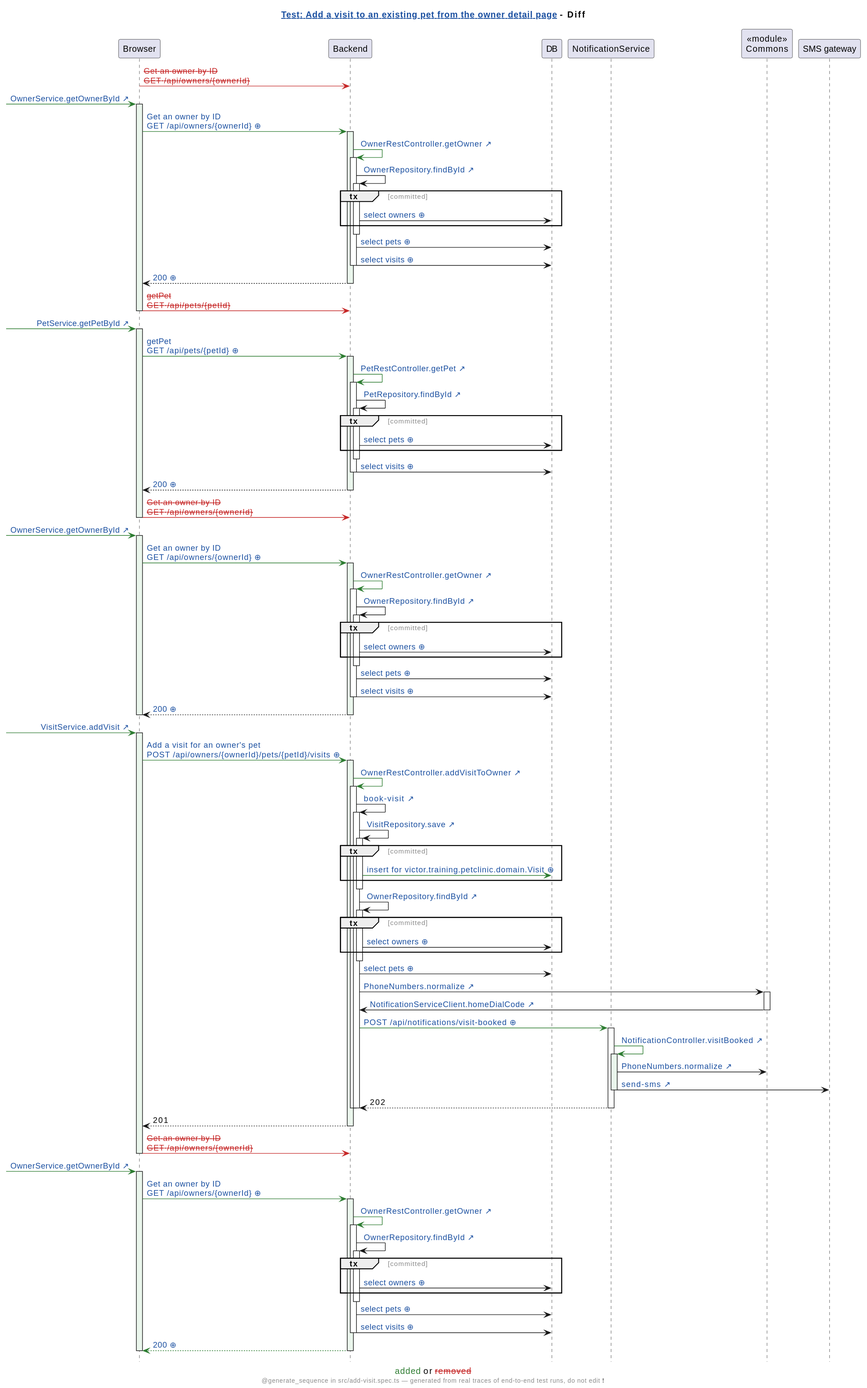
Before: demo/demo2/assets/diagrams/petclinic-test_generated_add-visit.spec.ts.add-a-visit-to-an-existing-pet-from-the-owner-detail-page.genseq.diff.svg, a diagram exported from PlantUML (victorrentea/human-review). Its diagram source:
```plantuml
@startuml
caption <color:#2E7D32>added</color> or <color:#C62828><s>removed</s></color>
hide footbox
skinparam hyperlinkUnderline false
skinparam hyperlinkColor #1A4FA0
skinparam sequenceGroupFontColor #888888
skinparam sequenceGroupFontStyle plain
title [[src://petclinic-test/src/add-visit.spec.ts:34{Click to open the test} Test: Add a visit to an existing pet from the owner detail page]] - Diff
footer @generate_sequence in src/add-visit.spec.ts — generated from real traces of end-to-end test runs, do not edit ❗
participant Browser
participant Backend
participant DB
participant NotificationService
participant "«module»\nCommons" as Commons
participant "SMS gateway"
Browser -[#C62828]> Backend: <color:#C62828><s>Get an owner by ID</s></color>\n<color:#C62828><s>GET /api/owners/{ownerId}</s></color>
[-[#2E7D32]> Browser: [[src://petclinic-frontend/src/app/owners/owner-detail/owner-detail.component.ts:22{Click to open the line that sent this request: owner-detail.component.ts:22} OwnerService.getOwnerById ↗]]
activate Browser #EAF6EC
Browser -[#2E7D32]> Backend: [[genseq://06lchgi{Click for the request as it was sent} Get an owner by ID\nGET /api/owners/{ownerId} ⊕]]
activate Backend #EAF6EC
Backend -[#2E7D32]> Backend: [[src://petclinic-backend/src/main/java/victor/training/petclinic/rest/OwnerRestController.java:103{Click to open OwnerRestController.getOwner} OwnerRestController.getOwner ↗]]
activate Backend
Backend -> Backend: [[src://petclinic-backend/src/main/java/victor/training/petclinic/repository/OwnerRepository.java:14{Click to open OwnerRepository.findById} OwnerRepository.findById ↗]]
activate Backend
group tx [committed]
Backend -> DB: [[genseq://0x8aana{Click for the statement behind this call} select owners ⊕]]
end
deactivate Backend
Backend -> DB: [[genseq://18567ho{Click for the statement behind this call} select pets ⊕]]
Backend -> DB: [[genseq://13apewa{Click for the statement behind this call} select visits ⊕]]
deactivate Backend
Backend --> Browser: [[genseq://0zavcxa{Click for this call’s JSON body} 200 ⊕]]
deactivate Backend
Browser -[#C62828]> Backend: <color:#C62828><s>getPet</s></color>\n<color:#C62828><s>GET /api/pets/{petId}</s></color>
deactivate Browser
[-[#2E7D32]> Browser: [[src://petclinic-frontend/src/app/visits/visit-add/visit-add.component.ts:42{Click to open the line that sent this request: visit-add.component.ts:42} PetService.getPetById ↗]]
activate Browser #EAF6EC
Browser -[#2E7D32]> Backend: [[genseq://17x7zoe{Click for the request as it was sent} getPet\nGET /api/pets/{petId} ⊕]]
activate Backend #EAF6EC
Backend -[#2E7D32]> Backend: [[src://petclinic-backend/src/main/java/victor/training/petclinic/rest/PetRestController.java:33{Click to open PetRestController.getPet} PetRestController.getPet ↗]]
activate Backend
Backend -> Backend: [[src://petclinic-backend/src/main/java/victor/training/petclinic/repository/PetRepository.java:16{Click to open PetRepository.findById} PetRepository.findById ↗]]
activate Backend
group tx [committed]
Backend -> DB: [[genseq://0y7w2ps{Click for the statement behind this call} select pets ⊕]]
end
deactivate Backend
Backend -> DB: [[genseq://13apewa{Click for the statement behind this call} select visits ⊕]]
deactivate Backend
Backend --> Browser: [[genseq://01mmlgx{Click for this call’s JSON body} 200 ⊕]]
deactivate Backend
Browser -[#C62828]> Backend: <color:#C62828><s>Get an owner by ID</s></color>\n<color:#C62828><s>GET /api/owners/{ownerId}</s></color>
deactivate Browser
[-[#2E7D32]> Browser: [[src://petclinic-frontend/src/app/visits/visit-add/visit-add.component.ts:47{Click to open the line that sent this request: visit-add.component.ts:47} OwnerService.getOwnerById ↗]]
activate Browser #EAF6EC
Browser -[#2E7D32]> Backend: [[genseq://06lchgi{Click for the request as it was sent} Get an owner by ID\nGET /api/owners/{ownerId} ⊕]]
activate Backend #EAF6EC
Backend -[#2E7D32]> Backend: [[src://petclinic-backend/src/main/java/victor/training/petclinic/rest/OwnerRestController.java:103{Click to open OwnerRestController.getOwner} OwnerRestController.getOwner ↗]]
activate Backend
Backend -> Backend: [[src://petclinic-backend/src/main/java/victor/training/petclinic/repository/OwnerRepository.java:14{Click to open OwnerRepository.findById} OwnerRepository.findById ↗]]
activate Backend
group tx [committed]
Backend -> DB: [[genseq://0x8aana{Click for the statement behind this call} select owners ⊕]]
end
deactivate Backend
Backend -> DB: [[genseq://18567ho{Click for the statement behind this call} select pets ⊕]]
Backend -> DB: [[genseq://13apewa{Click for the statement behind this call} select visits ⊕]]
deactivate Backend
Backend --> Browser: [[genseq://0zavcxa{Click for this call’s JSON body} 200 ⊕]]
deactivate Backend
deactivate Browser
[-[#2E7D32]> Browser: [[src://petclinic-frontend/src/app/visits/visit-add/visit-add.component.ts:63{Click to open the line that sent this request: visit-add.component.ts:63 ← visit-add.component.html:25} VisitService.addVisit ↗]]
activate Browser #EAF6EC
Browser -[#2E7D32]> Backend: [[genseq://0prgu3t{Click for the request as it was sent} Add a visit for an owner's pet\nPOST /api/owners/{ownerId}/pets/{petId}/visits ⊕]]
activate Backend #EAF6EC
Backend -[#2E7D32]> Backend: [[src://petclinic-backend/src/main/java/victor/training/petclinic/rest/OwnerRestController.java:167{Click to open OwnerRestController.addVisitToOwner} OwnerRestController.addVisitToOwner ↗]]
activate Backend
Backend -> Backend: [[src://petclinic-backend/src/main/java/victor/training/petclinic/rest/OwnerRestController.java:183{Click to open OwnerRestController.bookVisit} book-visit ↗]]
activate Backend
Backend -> Backend: [[src://petclinic-backend/src/main/java/victor/training/petclinic/repository/VisitRepository.java:16{Click to open VisitRepository.save} VisitRepository.save ↗]]
activate Backend
group tx [committed]
Backend -[#2E7D32]> DB: [[genseq://0jsen8c{Click for the statement behind this call} insert for victor.training.petclinic.domain.Visit ⊕]]
end
deactivate Backend
Backend -> Backend: [[src://petclinic-backend/src/main/java/victor/training/petclinic/repository/OwnerRepository.java:14{Click to open OwnerRepository.findById} OwnerRepository.findById ↗]]
activate Backend
group tx [committed]
Backend -> DB: [[genseq://0x8aana{Click for the statement behind this call} select owners ⊕]]
end
deactivate Backend
Backend -> DB: [[genseq://18567ho{Click for the statement behind this call} select pets ⊕]]
Backend -> Commons: [[src://petclinic-commons/src/main/java/victor/training/commons/PhoneNumbers.java:14{Click to open PhoneNumbers.normalize} PhoneNumbers.normalize ↗]]
activate Commons
Commons -> Backend: [[src://petclinic-backend/src/main/java/victor/training/petclinic/notification/NotificationServiceClient.java:45{Click to open NotificationServiceClient.homeDialCode} NotificationServiceClient.homeDialCode ↗]]
deactivate Commons
Backend -[#2E7D32]> NotificationService: [[genseq://00gfug0{Click for the request as it was sent} POST /api/notifications/visit-booked ⊕]]
activate NotificationService
NotificationService -[#2E7D32]> NotificationService: [[src://notification-service/src/main/java/victor/training/notification/NotificationController.java:22{Click to open NotificationController.visitBooked} NotificationController.visitBooked ↗]]
activate NotificationService #EAF6EC
NotificationService -> Commons: [[src://petclinic-commons/src/main/java/victor/training/commons/PhoneNumbers.java:8{Click to open PhoneNumbers.normalize} PhoneNumbers.normalize ↗]]
NotificationService -> "SMS gateway": [[src://notification-service/src/main/java/victor/training/notification/SmsGateway.java:23{Click to open SmsGateway.send} send-sms ↗]]
deactivate NotificationService
NotificationService --> Backend: 202
deactivate NotificationService
deactivate Backend
deactivate Backend
Backend --> Browser: 201
deactivate Backend
Browser -[#C62828]> Backend: <color:#C62828><s>Get an owner by ID</s></color>\n<color:#C62828><s>GET /api/owners/{ownerId}</s></color>
deactivate Browser
[-[#2E7D32]> Browser: [[src://petclinic-frontend/src/app/owners/owner-detail/owner-detail.component.ts:22{Click to open the line that sent this request: owner-detail.component.ts:22} OwnerService.getOwnerById ↗]]
activate Browser #EAF6EC
Browser -[#2E7D32]> Backend: [[genseq://06lchgi{Click for the request as it was sent} Get an owner by ID\nGET /api/owners/{ownerId} ⊕]]
activate Backend #EAF6EC
Backend -[#2E7D32]> Backend: [[src://petclinic-backend/src/main/java/victor/training/petclinic/rest/OwnerRestController.java:103{Click to open OwnerRestController.getOwner} OwnerRestController.getOwner ↗]]
activate Backend
Backend -> Backend: [[src://petclinic-backend/src/main/java/victor/training/petclinic/repository/OwnerRepository.java:14{Click to open OwnerRepository.findById} OwnerRepository.findById ↗]]
activate Backend
group tx [committed]
Backend -> DB: [[genseq://0x8aana{Click for the statement behind this call} select owners ⊕]]
end
deactivate Backend
Backend -> DB: [[genseq://18567ho{Click for the statement behind this call} select pets ⊕]]
Backend -> DB: [[genseq://13apewa{Click for the statement behind this call} select visits ⊕]]
deactivate Backend
Backend -[#2E7D32]-> Browser: [[genseq://1h1k23v{Click for this call’s JSON body} 200 ⊕]]
deactivate Backend
deactivate Browser
@enduml
```
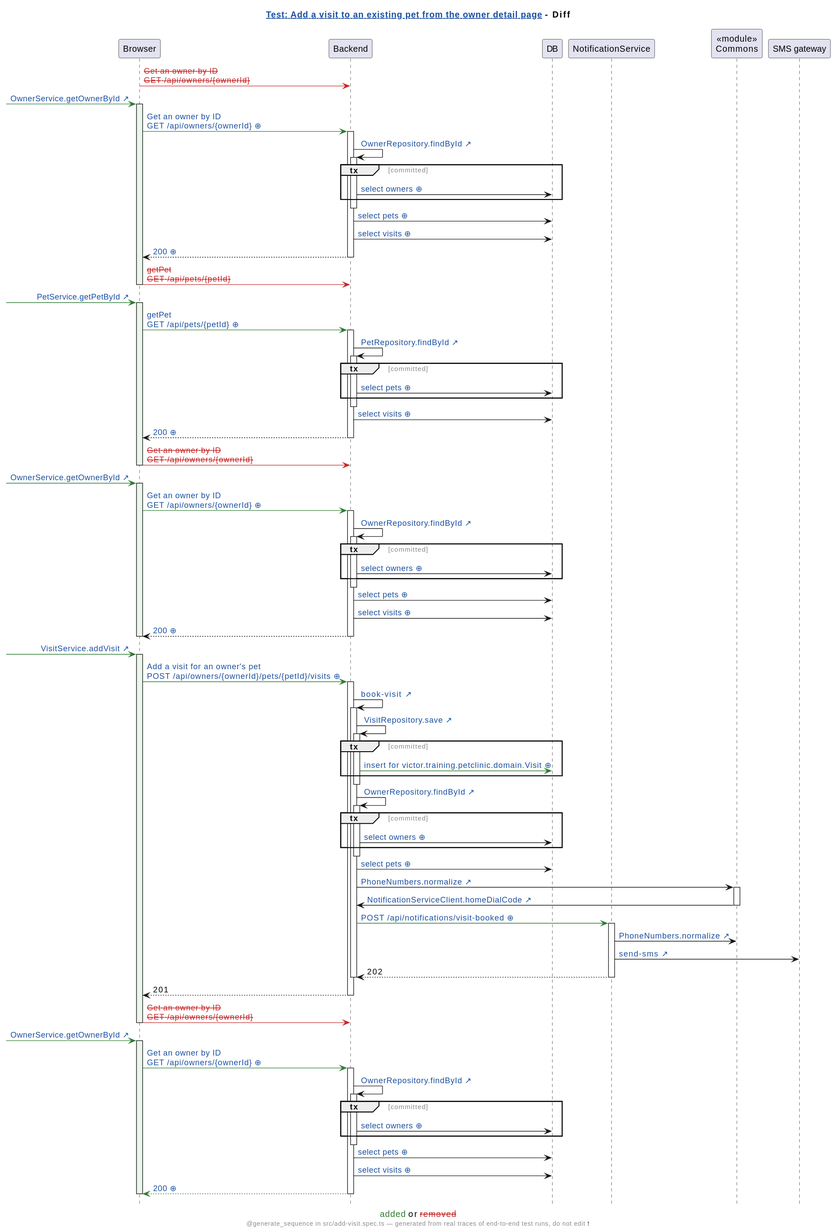
The same file after the commit.

Change to the diagram source:
```diff
@@ -16,9 +16,7 @@
 Browser -[#C62828]> Backend: <color:#C62828><s>Get an owner by ID</s></color>\n<color:#C62828><s>GET /api/owners/{ownerId}</s></color>
 [-[#2E7D32]> Browser: [[src://petclinic-frontend/src/app/owners/owner-detail/owner-detail.component.ts:22{Click to open the line that sent this request: owner-detail.component.ts:22} OwnerService.getOwnerById ↗]]
 activate Browser #EAF6EC
-Browser -[#2E7D32]> Backend: [[genseq://06lchgi{Click for the request as it was sent} Get an owner by ID\nGET /api/owners/{ownerId} ⊕]]
-activate Backend #EAF6EC
-Backend -[#2E7D32]> Backend: [[src://petclinic-backend/src/main/java/victor/training/petclinic/rest/OwnerRestController.java:103{Click to open OwnerRestController.getOwner} OwnerRestController.getOwner ↗]]
+Browser -[#2E7D32]> Backend: [[genseq://02kjgbq{Click for the request as it was sent} Get an owner by ID\nGET /api/owners/{ownerId} ⊕]]
 activate Backend
 Backend -> Backend: [[src://petclinic-backend/src/main/java/victor/training/petclinic/repository/OwnerRepository.java:14{Click to open OwnerRepository.findById} OwnerRepository.findById ↗]]
 activate Backend
@@ -28,16 +26,13 @@
 deactivate Backend
 Backend -> DB: [[genseq://18567ho{Click for the statement behind this call} select pets ⊕]]
 Backend -> DB: [[genseq://13apewa{Click for the statement behind this call} select visits ⊕]]
-deactivate Backend
 Backend --> Browser: [[genseq://0zavcxa{Click for this call’s JSON body} 200 ⊕]]
 deactivate Backend
 Browser -[#C62828]> Backend: <color:#C62828><s>getPet</s></color>\n<color:#C62828><s>GET /api/pets/{petId}</s></color>
 deactivate Browser
 [-[#2E7D32]> Browser: [[src://petclinic-frontend/src/app/visits/visit-add/visit-add.component.ts:42{Click to open the line that sent this request: visit-add.component.ts:42} PetService.getPetById ↗]]
 activate Browser #EAF6EC
-Browser -[#2E7D32]> Backend: [[genseq://17x7zoe{Click for the request as it was sent} getPet\nGET /api/pets/{petId} ⊕]]
-activate Backend #EAF6EC
-Backend -[#2E7D32]> Backend: [[src://petclinic-backend/src/main/java/victor/training/petclinic/rest/PetRestController.java:33{Click to open PetRestController.getPet} PetRestController.getPet ↗]]
+Browser -[#2E7D32]> Backend: [[genseq://1bdv4p2{Click for the request as it was sent} getPet\nGET /api/pets/{petId} ⊕]]
 activate Backend
 Backend -> Backend: [[src://petclinic-backend/src/main/java/victor/training/petclinic/repository/PetRepository.java:16{Click to open PetRepository.findById} PetRepository.findById ↗]]
 activate Backend
@@ -46,16 +41,13 @@
 end
 deactivate Backend
 Backend -> DB: [[genseq://13apewa{Click for the statement behind this call} select visits ⊕]]
-deactivate Backend
 Backend --> Browser: [[genseq://01mmlgx{Click for this call’s JSON body} 200 ⊕]]
 deactivate Backend
 Browser -[#C62828]> Backend: <color:#C62828><s>Get an owner by ID</s></color>\n<color:#C62828><s>GET /api/owners/{ownerId}</s></color>
 deactivate Browser
 [-[#2E7D32]> Browser: [[src://petclinic-frontend/src/app/visits/visit-add/visit-add.component.ts:47{Click to open the line that sent this request: visit-add.component.ts:47} OwnerService.getOwnerById ↗]]
 activate Browser #EAF6EC
-Browser -[#2E7D32]> Backend: [[genseq://06lchgi{Click for the request as it was sent} Get an owner by ID\nGET /api/owners/{ownerId} ⊕]]
-activate Backend #EAF6EC
-Backend -[#2E7D32]> Backend: [[src://petclinic-backend/src/main/java/victor/training/petclinic/rest/OwnerRestController.java:103{Click to open OwnerRestController.getOwner} OwnerRestController.getOwner ↗]]
+Browser -[#2E7D32]> Backend: [[genseq://02kjgbq{Click for the request as it was sent} Get an owner by ID\nGET /api/owners/{ownerId} ⊕]]
 activate Backend
 Backend -> Backend: [[src://petclinic-backend/src/main/java/victor/training/petclinic/repository/OwnerRepository.java:14{Click to open OwnerRepository.findById} OwnerRepository.findById ↗]]
 activate Backend
@@ -65,22 +57,19 @@
 deactivate Backend
 Backend -> DB: [[genseq://18567ho{Click for the statement behind this call} select pets ⊕]]
 Backend -> DB: [[genseq://13apewa{Click for the statement behind this call} select visits ⊕]]
-deactivate Backend
 Backend --> Browser: [[genseq://0zavcxa{Click for this call’s JSON body} 200 ⊕]]
 deactivate Backend
 deactivate Browser
 [-[#2E7D32]> Browser: [[src://petclinic-frontend/src/app/visits/visit-add/visit-add.component.ts:63{Click to open the line that sent this request: visit-add.component.ts:63 ← visit-add.component.html:25} VisitService.addVisit ↗]]
 activate Browser #EAF6EC
-Browser -[#2E7D32]> Backend: [[genseq://0prgu3t{Click for the request as it was sent} Add a visit for an owner's pet\nPOST /api/owners/{ownerId}/pets/{petId}/visits ⊕]]
-activate Backend #EAF6EC
-Backend -[#2E7D32]> Backend: [[src://petclinic-backend/src/main/java/victor/training/petclinic/rest/OwnerRestController.java:167{Click to open OwnerRestController.addVisitToOwner} OwnerRestController.addVisitToOwner ↗]]
+Browser -[#2E7D32]> Backend: [[genseq://03gu05t{Click for the request as it was sent} Add a visit for an owner's pet\nPOST /api/owners/{ownerId}/pets/{petId}/visits ⊕]]
 activate Backend
 Backend -> Backend: [[src://petclinic-backend/src/main/java/victor/training/petclinic/rest/OwnerRestController.java:183{Click to open OwnerRestController.bookVisit} book-visit ↗]]
 activate Backend
-Backend -> Backend: [[src://petclinic-backend/src/main/java/victor/training/petclinic/repository/VisitRepository.java:16{Click to open VisitRepository.save} VisitRepository.save ↗]]
+Backend -> Backend: [[src://petclinic-backend/src/main/java/victor/training/petclinic/repository/VisitRepository.java:17{Click to open VisitRepository.save} VisitRepository.save ↗]]
 activate Backend
 group tx [committed]
-Backend -[#2E7D32]> DB: [[genseq://0jsen8c{Click for the statement behind this call} insert for victor.training.petclinic.domain.Visit ⊕]]
+Backend -[#2E7D32]> DB: [[genseq://01z8jq4{Click for the statement behind this call} insert for victor.training.petclinic.domain.Visit ⊕]]
 end
 deactivate Backend
 Backend -> Backend: [[src://petclinic-backend/src/main/java/victor/training/petclinic/repository/OwnerRepository.java:14{Click to open OwnerRepository.findById} OwnerRepository.findById ↗]]
@@ -96,14 +85,10 @@
 deactivate Commons
 Backend -[#2E7D32]> NotificationService: [[genseq://00gfug0{Click for the request as it was sent} POST /api/notifications/visit-booked ⊕]]
 activate NotificationService
-NotificationService -[#2E7D32]> NotificationService: [[src://notification-service/src/main/java/victor/training/notification/NotificationController.java:22{Click to open NotificationController.visitBooked} NotificationController.visitBooked ↗]]
-activate NotificationService #EAF6EC
 NotificationService -> Commons: [[src://petclinic-commons/src/main/java/victor/training/commons/PhoneNumbers.java:8{Click to open PhoneNumbers.normalize} PhoneNumbers.normalize ↗]]
 NotificationService -> "SMS gateway": [[src://notification-service/src/main/java/victor/training/notification/SmsGateway.java:23{Click to open SmsGateway.send} send-sms ↗]]
-deactivate NotificationService
 NotificationService --> Backend: 202
 deactivate NotificationService
-deactivate Backend
 deactivate Backend
 Backend --> Browser: 201
 deactivate Backend
@@ -111,9 +96,7 @@
 deactivate Browser
 [-[#2E7D32]> Browser: [[src://petclinic-frontend/src/app/owners/owner-detail/owner-detail.component.ts:22{Click to open the line that sent this request: owner-detail.component.ts:22} OwnerService.getOwnerById ↗]]
 activate Browser #EAF6EC
-Browser -[#2E7D32]> Backend: [[genseq://06lchgi{Click for the request as it was sent} Get an owner by ID\nGET /api/owners/{ownerId} ⊕]]
-activate Backend #EAF6EC
-Backend -[#2E7D32]> Backend: [[src://petclinic-backend/src/main/java/victor/training/petclinic/rest/OwnerRestController.java:103{Click to open OwnerRestController.getOwner} OwnerRestController.getOwner ↗]]
+Browser -[#2E7D32]> Backend: [[genseq://02kjgbq{Click for the request as it was sent} Get an owner by ID\nGET /api/owners/{ownerId} ⊕]]
 activate Backend
 Backend -> Backend: [[src://petclinic-backend/src/main/java/victor/training/petclinic/repository/OwnerRepository.java:14{Click to open OwnerRepository.findById} OwnerRepository.findById ↗]]
 activate Backend
@@ -123,8 +106,7 @@
 deactivate Backend
 Backend -> DB: [[genseq://18567ho{Click for the statement behind this call} select pets ⊕]]
 Backend -> DB: [[genseq://13apewa{Click for the statement behind this call} select visits ⊕]]
-deactivate Backend
-Backend -[#2E7D32]-> Browser: [[genseq://1h1k23v{Click for this call’s JSON body} 200 ⊕]]
+Backend -[#2E7D32]-> Browser: [[genseq://1qvsitn{Click for this call’s JSON body} 200 ⊕]]
 deactivate Backend
 deactivate Browser
 @enduml
```
